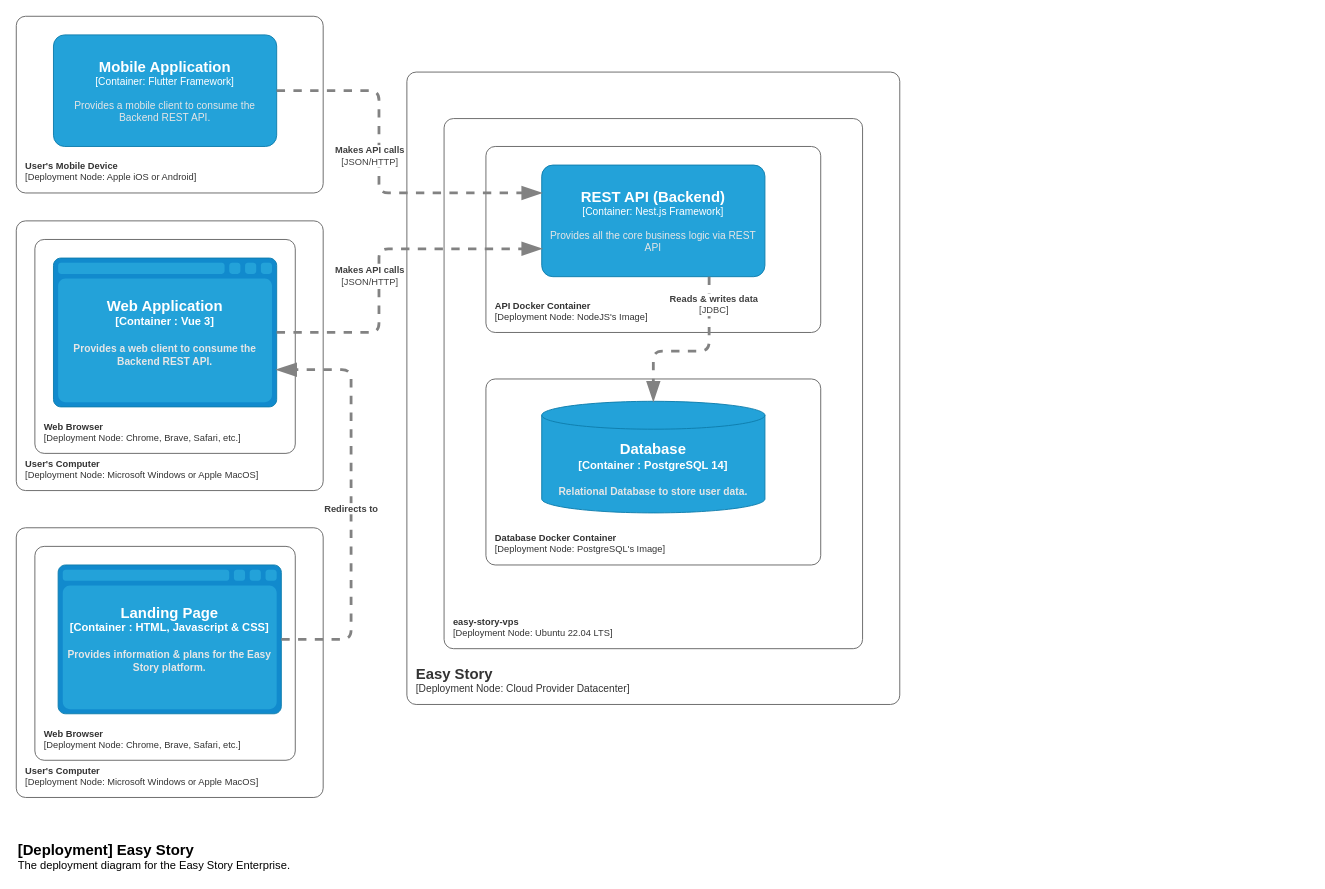
This is page "Deployment" (4 of 7) of software-architecture/Innova Solutions Software Architechture.drawio from Innova-Solutions-UPC/.github, a draw.io file, before an edit. Source tidied: cells renumbered, new cells numbered last; positions are measured from the earlier drawing's top-left corner, leaving out a move shared by most shapes. Both pictures are drawn from the tidied source at 93%, with x=0, y=0 at pixel (16, 16).
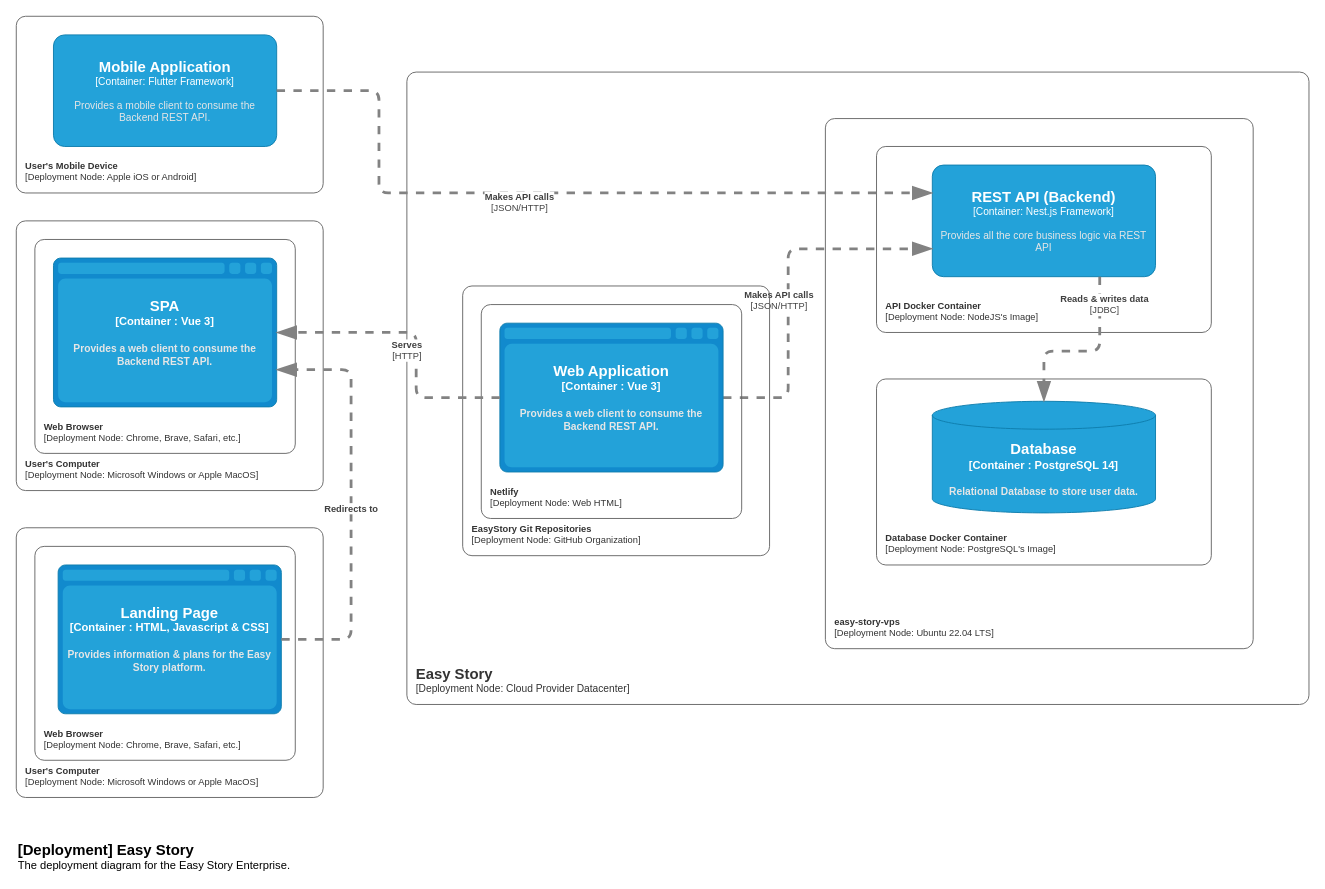
After the change.

Change to the diagram source:
```diff
@@
     <object id="2" label="&lt;font style=&quot;font-size: 16px&quot;&gt;&lt;b&gt;&lt;div style=&quot;text-align: left&quot;&gt;%c4Name%&lt;/div&gt;&lt;/b&gt;&lt;/font&gt;&lt;div style=&quot;text-align: left&quot;&gt;[%c4Application%]&lt;/div&gt;" c4Application="Deployment Node: Cloud Provider Datacenter" c4Name="Easy Story" placeholders="1">
       <mxCell style="rounded=1;fontSize=11;whiteSpace=wrap;html=1;arcSize=20;fillColor=none;strokeColor=#666666;fontColor=#333333;labelBackgroundColor=none;align=left;verticalAlign=bottom;labelBorderColor=none;spacingTop=0;spacing=10;perimeter=rectanglePerimeter;noLabel=0;labelPadding=0;absoluteArcSize=1;" parent="1" vertex="1">
-        <mxGeometry x="420" y="60" width="530" height="680" as="geometry" />
+        <mxGeometry x="420" y="60" width="970" height="680" as="geometry" />
       </mxCell>
     </object>
     <object id="3" label="&lt;font style=&quot;font-size: 16px&quot;&gt;&lt;b&gt;%c4Name%&lt;/b&gt;&lt;/font&gt;&lt;div&gt;[%c4Type%: %c4Technology%]&lt;/div&gt;&lt;br&gt;&lt;div&gt;&lt;font style=&quot;font-size: 11px&quot;&gt;&lt;font color=&quot;#E6E6E6&quot;&gt;%c4Description%&lt;/font&gt;&lt;/div&gt;" c4Description="Provides all the core business logic via REST API" c4Name="REST API (Backend)" c4Technology="Nest.js Framework" c4Type="Container" placeholders="1">
       <mxCell style="rounded=1;whiteSpace=wrap;html=1;fontSize=11;labelBackgroundColor=none;fillColor=#23A2D9;fontColor=#ffffff;align=center;arcSize=10;strokeColor=#0E7DAD;points=[[0.25,0,0],[0.5,0,0],[0.75,0,0],[1,0.25,0],[1,0.5,0],[1,0.75,0],[0.75,1,0],[0.5,1,0],[0.25,1,0],[0,0.75,0],[0,0.5,0],[0,0.25,0]];" parent="1" vertex="1">
-        <mxGeometry x="565" y="160" width="240" height="120" as="geometry" />
+        <mxGeometry x="985" y="160" width="240" height="120" as="geometry" />
       </mxCell>
     </object>
     <object id="4" label="&lt;font style=&quot;font-size: 16px&quot;&gt;&lt;b&gt;%c4Type%&lt;/font&gt;&lt;div&gt;[%c4Container%:&amp;nbsp;%c4Technology%]&lt;/div&gt;&lt;br&gt;&lt;div&gt;&lt;font style=&quot;font-size: 11px&quot;&gt;&lt;font color=&quot;#E6E6E6&quot;&gt;%c4Description%&lt;/font&gt;&lt;/div&gt;" c4Container="Container " c4Description="Relational Database to store user data." c4Technology="PostgreSQL 14" c4Type="Database" placeholders="1">
       <mxCell style="shape=cylinder3;size=15;whiteSpace=wrap;html=1;boundedLbl=1;rounded=0;labelBackgroundColor=none;fillColor=#23A2D9;fontSize=12;fontColor=#ffffff;align=center;strokeColor=#0E7DAD;points=[[0.5,0,0],[1,0.25,0],[1,0.5,0],[1,0.75,0],[0.5,1,0],[0,0.75,0],[0,0.5,0],[0,0.25,0]];" parent="1" vertex="1">
-        <mxGeometry x="565" y="414" width="240" height="120" as="geometry" />
+        <mxGeometry x="985" y="414" width="240" height="120" as="geometry" />
       </mxCell>
     </object>
@@
-    <object id="6" label="&lt;font style=&quot;font-size: 16px&quot;&gt;&lt;b&gt;%c4Type%&lt;/font&gt;&lt;div&gt;[%c4Container%:&amp;nbsp;%c4Technology%]&lt;/div&gt;&lt;br&gt;&lt;div&gt;&lt;font style=&quot;font-size: 11px&quot;&gt;&lt;font color=&quot;#E6E6E6&quot;&gt;%c4Description%&lt;/font&gt;&lt;/div&gt;" c4Container="Container " c4Description="Provides a web client to consume the Backend REST API." c4Technology="Vue 3" c4Type="Web Application" placeholders="1">
+    <object id="6" label="&lt;font style=&quot;font-size: 16px&quot;&gt;&lt;b&gt;%c4Type%&lt;/font&gt;&lt;div&gt;[%c4Container%:&amp;nbsp;%c4Technology%]&lt;/div&gt;&lt;br&gt;&lt;div&gt;&lt;font style=&quot;font-size: 11px&quot;&gt;&lt;font color=&quot;#E6E6E6&quot;&gt;%c4Description%&lt;/font&gt;&lt;/div&gt;" c4Container="Container " c4Description="Provides a web client to consume the Backend REST API." c4Technology="Vue 3" c4Type="SPA" placeholders="1">
       <mxCell style="shape=mxgraph.c4.webBrowserContainer2;whiteSpace=wrap;html=1;boundedLbl=1;rounded=0;labelBackgroundColor=none;strokeColor=#118ACD;fillColor=#23A2D9;strokeColor=#118ACD;strokeColor2=#0E7DAD;fontSize=12;fontColor=#ffffff;align=center;points=[[0.5,0,0],[1,0.25,0],[1,0.5,0],[1,0.75,0],[0.5,1,0],[0,0.75,0],[0,0.5,0],[0,0.25,0]];" parent="1" vertex="1">
         <mxGeometry x="40" y="260" width="240" height="160" as="geometry" />
       </mxCell>
     </object>
@@
     <object id="9" label="&lt;font style=&quot;font-size: 10px;&quot;&gt;&lt;b style=&quot;font-size: 10px;&quot;&gt;&lt;div style=&quot;text-align: left; font-size: 10px;&quot;&gt;%c4Name%&lt;/div&gt;&lt;/b&gt;&lt;/font&gt;&lt;div style=&quot;text-align: left; font-size: 10px;&quot;&gt;[%c4Application%]&lt;/div&gt;" c4Application="Deployment Node: Ubuntu 22.04 LTS" c4Name="easy-story-vps" placeholders="1">
       <mxCell style="rounded=1;fontSize=10;whiteSpace=wrap;html=1;arcSize=20;fillColor=none;strokeColor=#666666;fontColor=#333333;labelBackgroundColor=none;align=left;verticalAlign=bottom;labelBorderColor=none;spacingTop=0;spacing=10;perimeter=rectanglePerimeter;noLabel=0;labelPadding=0;absoluteArcSize=1;" parent="1" vertex="1">
-        <mxGeometry x="460" y="110" width="450" height="570" as="geometry" />
+        <mxGeometry x="870" y="110" width="460" height="570" as="geometry" />
       </mxCell>
     </object>
     <object id="10" label="&lt;font style=&quot;font-size: 10px;&quot;&gt;&lt;b style=&quot;font-size: 10px;&quot;&gt;&lt;div style=&quot;text-align: left; font-size: 10px;&quot;&gt;%c4Name%&lt;/div&gt;&lt;/b&gt;&lt;/font&gt;&lt;div style=&quot;text-align: left; font-size: 10px;&quot;&gt;[%c4Application%]&lt;/div&gt;" c4Application="Deployment Node: NodeJS's Image" c4Name="API Docker Container" placeholders="1">
       <mxCell style="rounded=1;fontSize=10;whiteSpace=wrap;html=1;arcSize=20;fillColor=none;strokeColor=#666666;fontColor=#333333;labelBackgroundColor=none;align=left;verticalAlign=bottom;labelBorderColor=none;spacingTop=0;spacing=10;perimeter=rectanglePerimeter;noLabel=0;labelPadding=0;absoluteArcSize=1;" parent="1" vertex="1">
-        <mxGeometry x="505" y="140" width="360" height="200" as="geometry" />
+        <mxGeometry x="925" y="140" width="360" height="200" as="geometry" />
       </mxCell>
     </object>
     <object id="11" label="&lt;font style=&quot;font-size: 10px;&quot;&gt;&lt;b style=&quot;font-size: 10px;&quot;&gt;&lt;div style=&quot;text-align: left; font-size: 10px;&quot;&gt;%c4Name%&lt;/div&gt;&lt;/b&gt;&lt;/font&gt;&lt;div style=&quot;text-align: left; font-size: 10px;&quot;&gt;[%c4Application%]&lt;/div&gt;" c4Application="Deployment Node: PostgreSQL's Image" c4Name="Database Docker Container" placeholders="1">
       <mxCell style="rounded=1;fontSize=10;whiteSpace=wrap;html=1;arcSize=20;fillColor=none;strokeColor=#666666;fontColor=#333333;labelBackgroundColor=none;align=left;verticalAlign=bottom;labelBorderColor=none;spacingTop=0;spacing=10;perimeter=rectanglePerimeter;noLabel=0;labelPadding=0;absoluteArcSize=1;" parent="1" vertex="1">
-        <mxGeometry x="505" y="390" width="360" height="200" as="geometry" />
+        <mxGeometry x="925" y="390" width="360" height="200" as="geometry" />
       </mxCell>
     </object>
@@
     <object id="17" label="&lt;div style=&quot;text-align: left&quot;&gt;&lt;div style=&quot;text-align: center&quot;&gt;&lt;b&gt;%c4Description%&lt;/b&gt;&lt;/div&gt;&lt;div style=&quot;text-align: center&quot;&gt;[%c4Technology%]&lt;/div&gt;&lt;/div&gt;" c4Description="Reads &amp; writes data" c4Technology="JDBC" placeholders="1">
       <mxCell style="endArrow=blockThin;html=1;fontSize=10;fontColor=#404040;strokeWidth=3;endFill=1;strokeColor=#828282;elbow=vertical;endSize=14;startSize=14;jumpStyle=arc;jumpSize=16;rounded=1;edgeStyle=orthogonalEdgeStyle;dashed=1;exitX=0.75;exitY=1;exitDx=0;exitDy=0;exitPerimeter=0;entryX=0.5;entryY=0;entryDx=0;entryDy=0;entryPerimeter=0;" parent="1" edge="1" source="3" target="4">
         <mxGeometry x="-0.69" y="5" relative="1" as="geometry">
           <Array as="points">
-            <mxPoint x="745" y="360" />
-            <mxPoint x="685" y="360" />
+            <mxPoint x="1165" y="360" />
+            <mxPoint x="1105" y="360" />
           </Array>
         </mxGeometry>
       </mxCell>
     </object>
     <object id="18" label="&lt;div style=&quot;text-align: left&quot;&gt;&lt;div style=&quot;text-align: center&quot;&gt;&lt;b&gt;%c4Description%&lt;/b&gt;&lt;/div&gt;&lt;div style=&quot;text-align: center&quot;&gt;[%c4Technology%]&lt;/div&gt;&lt;/div&gt;" c4Description="Makes API calls" c4Technology="JSON/HTTP" placeholders="1">
-      <mxCell style="endArrow=blockThin;html=1;fontSize=10;fontColor=#404040;strokeWidth=3;endFill=1;strokeColor=#828282;elbow=vertical;endSize=14;startSize=14;jumpStyle=arc;jumpSize=16;edgeStyle=orthogonalEdgeStyle;dashed=1;exitX=1;exitY=0.5;exitDx=0;exitDy=0;exitPerimeter=0;entryX=0;entryY=0.75;entryDx=0;entryDy=0;entryPerimeter=0;rounded=1;" parent="1" edge="1" source="6" target="3">
+      <mxCell style="endArrow=blockThin;html=1;fontSize=10;fontColor=#404040;strokeWidth=3;endFill=1;strokeColor=#828282;elbow=vertical;endSize=14;startSize=14;jumpStyle=arc;jumpSize=16;edgeStyle=orthogonalEdgeStyle;dashed=1;exitX=1;exitY=0.5;exitDx=0;exitDy=0;exitPerimeter=0;entryX=0;entryY=0.75;entryDx=0;entryDy=0;entryPerimeter=0;rounded=1;" parent="1" edge="1" source="21" target="3">
         <mxGeometry x="-0.09" y="10" relative="1" as="geometry">
           <Array as="points">
-            <mxPoint x="390" y="340" />
-            <mxPoint x="390" y="250" />
+            <mxPoint x="830" y="410" />
+            <mxPoint x="830" y="250" />
           </Array>
         </mxGeometry>
       </mxCell>
     </object>
@@
+    <object id="21" label="&lt;font style=&quot;font-size: 16px&quot;&gt;&lt;b&gt;%c4Type%&lt;/font&gt;&lt;div&gt;[%c4Container%:&amp;nbsp;%c4Technology%]&lt;/div&gt;&lt;br&gt;&lt;div&gt;&lt;font style=&quot;font-size: 11px&quot;&gt;&lt;font color=&quot;#E6E6E6&quot;&gt;%c4Description%&lt;/font&gt;&lt;/div&gt;" c4Container="Container " c4Description="Provides a web client to consume the Backend REST API." c4Technology="Vue 3" c4Type="Web Application" placeholders="1">
+      <mxCell style="shape=mxgraph.c4.webBrowserContainer2;whiteSpace=wrap;html=1;boundedLbl=1;rounded=0;labelBackgroundColor=none;strokeColor=#118ACD;fillColor=#23A2D9;strokeColor=#118ACD;strokeColor2=#0E7DAD;fontSize=12;fontColor=#ffffff;align=center;points=[[0.5,0,0],[1,0.25,0],[1,0.5,0],[1,0.75,0],[0.5,1,0],[0,0.75,0],[0,0.5,0],[0,0.25,0]];" parent="1" vertex="1">
+        <mxGeometry x="520" y="330" width="240" height="160" as="geometry" />
+      </mxCell>
+    </object>
+    <object id="22" label="&lt;font style=&quot;font-size: 10px;&quot;&gt;&lt;b style=&quot;font-size: 10px;&quot;&gt;&lt;div style=&quot;text-align: left; font-size: 10px;&quot;&gt;%c4Name%&lt;/div&gt;&lt;/b&gt;&lt;/font&gt;&lt;div style=&quot;text-align: left; font-size: 10px;&quot;&gt;[%c4Application%]&lt;/div&gt;" c4Application="Deployment Node: Web HTML" c4Name="Netlify" placeholders="1">
+      <mxCell style="rounded=1;fontSize=10;whiteSpace=wrap;html=1;arcSize=20;fillColor=none;strokeColor=#666666;fontColor=#333333;labelBackgroundColor=none;align=left;verticalAlign=bottom;labelBorderColor=none;spacingTop=0;spacing=10;perimeter=rectanglePerimeter;noLabel=0;labelPadding=0;absoluteArcSize=1;" parent="1" vertex="1">
+        <mxGeometry x="500" y="310" width="280" height="230" as="geometry" />
+      </mxCell>
+    </object>
+    <object id="23" label="&lt;font style=&quot;font-size: 10px;&quot;&gt;&lt;b style=&quot;font-size: 10px;&quot;&gt;&lt;div style=&quot;text-align: left; font-size: 10px;&quot;&gt;%c4Name%&lt;/div&gt;&lt;/b&gt;&lt;/font&gt;&lt;div style=&quot;text-align: left; font-size: 10px;&quot;&gt;[%c4Application%]&lt;/div&gt;" c4Application="Deployment Node: GitHub Organization" c4Name="EasyStory Git Repositories" placeholders="1">
+      <mxCell style="rounded=1;fontSize=10;whiteSpace=wrap;html=1;arcSize=20;fillColor=none;strokeColor=#666666;fontColor=#333333;labelBackgroundColor=none;align=left;verticalAlign=bottom;labelBorderColor=none;spacingTop=0;spacing=10;perimeter=rectanglePerimeter;noLabel=0;labelPadding=0;absoluteArcSize=1;" parent="1" vertex="1">
+        <mxGeometry x="480" y="290" width="330" height="290" as="geometry" />
+      </mxCell>
+    </object>
+    <object id="24" label="&lt;div style=&quot;text-align: left&quot;&gt;&lt;div style=&quot;text-align: center&quot;&gt;&lt;b&gt;%c4Description%&lt;/b&gt;&lt;/div&gt;&lt;div style=&quot;text-align: center&quot;&gt;[%c4Technology%]&lt;/div&gt;&lt;/div&gt;" c4Description="Serves" c4Technology="HTTP" placeholders="1">
+      <mxCell style="endArrow=blockThin;html=1;fontSize=10;fontColor=#404040;strokeWidth=3;endFill=1;strokeColor=#828282;elbow=vertical;endSize=14;startSize=14;jumpStyle=arc;jumpSize=16;edgeStyle=orthogonalEdgeStyle;dashed=1;exitX=0;exitY=0.5;exitDx=0;exitDy=0;exitPerimeter=0;entryX=1;entryY=0.5;entryDx=0;entryDy=0;entryPerimeter=0;rounded=1;" parent="1" edge="1" source="21" target="6">
+        <mxGeometry x="-0.09" y="10" relative="1" as="geometry">
+          <Array as="points">
+            <mxPoint x="430" y="410" />
+            <mxPoint x="430" y="340" />
+          </Array>
+        </mxGeometry>
+      </mxCell>
+    </object>
```
